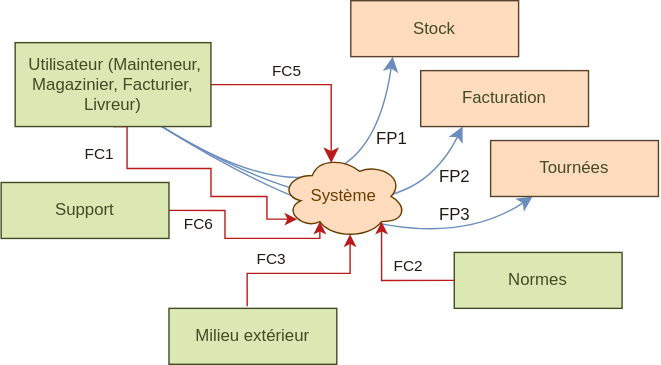
Above: I1S5/CDCF/images/Maintenance.svg in Xibitol/College (draw.io), before the change. Source tidied: cells renumbered, new cells last; positions are measured from the earlier drawing's top-left corner, leaving out a move shared by most shapes. The source it was exported from:
```xml
<mxGraphModel>
  <root>
    <mxCell id="0" />
    <mxCell id="1" parent="0" />
    <mxCell id="2" style="edgeStyle=orthogonalEdgeStyle;rounded=0;orthogonalLoop=1;jettySize=auto;html=1;exitX=1;exitY=0.5;exitDx=0;exitDy=0;entryX=0.31;entryY=0.8;entryDx=0;entryDy=0;entryPerimeter=0;fillColor=#f8cecc;strokeColor=#BA1A1A;" parent="1" edge="1">
      <mxGeometry relative="1" as="geometry">
        <mxPoint x="120" y="150" as="sourcePoint" />
        <mxPoint x="227.9" y="158" as="targetPoint" />
        <Array as="points">
          <mxPoint x="160" y="150" />
          <mxPoint x="160" y="170" />
          <mxPoint x="228" y="170" />
        </Array>
      </mxGeometry>
    </mxCell>
    <mxCell id="3" value="FC6" style="edgeLabel;html=1;align=center;verticalAlign=middle;fontColor=#211A14;labelBackgroundColor=none;" parent="2" vertex="1">
      <mxGeometry x="0.02" y="1" relative="1" as="geometry">
        <mxPoint x="-31" y="-9" as="offset" />
      </mxGeometry>
    </mxCell>
    <mxCell id="4" style="edgeStyle=orthogonalEdgeStyle;rounded=0;jettySize=auto;html=1;exitX=0.5;exitY=1;exitDx=0;exitDy=0;entryX=0.13;entryY=0.77;entryDx=0;entryDy=0;entryPerimeter=0;fillColor=#f8cecc;strokeColor=#BA1A1A;" parent="1" edge="1" source="14" target="17">
      <mxGeometry relative="1" as="geometry">
        <Array as="points">
          <mxPoint x="90" y="120" />
          <mxPoint x="150" y="120" />
          <mxPoint x="150" y="140" />
          <mxPoint x="190" y="140" />
          <mxPoint x="190" y="156" />
        </Array>
      </mxGeometry>
    </mxCell>
    <mxCell id="5" value="FC1" style="edgeLabel;html=1;align=center;verticalAlign=middle;fontColor=#211A14;labelBackgroundColor=none;" parent="4" vertex="1">
      <mxGeometry x="-0.31" y="2" relative="1" as="geometry">
        <mxPoint x="-49" y="-8" as="offset" />
      </mxGeometry>
    </mxCell>
    <mxCell id="6" value="Normes" style="rounded=0;whiteSpace=wrap;html=1;fillColor=#DCE8B4;strokeColor=#414B24;fontColor=#414B24;" parent="1" vertex="1">
      <mxGeometry x="324" y="180" width="120" height="40" as="geometry" />
    </mxCell>
    <mxCell id="7" style="edgeStyle=orthogonalEdgeStyle;rounded=0;orthogonalLoop=1;jettySize=auto;html=1;exitX=0.5;exitY=1;exitDx=0;exitDy=0;" parent="1" edge="1" source="6" target="6">
      <mxGeometry relative="1" as="geometry" />
    </mxCell>
    <mxCell id="8" style="edgeStyle=none;curved=1;rounded=0;jettySize=auto;html=1;exitX=0.75;exitY=1;exitDx=0;exitDy=0;entryX=0.25;entryY=1;entryDx=0;entryDy=0;fontSize=12;startSize=8;endSize=8;fillColor=#dae8fc;strokeColor=#6c8ebf;" parent="1" edge="1" source="14" target="24">
      <mxGeometry relative="1" as="geometry">
        <Array as="points">
          <mxPoint x="260" y="180" />
        </Array>
      </mxGeometry>
    </mxCell>
    <mxCell id="9" value="FP1" style="edgeLabel;html=1;align=center;verticalAlign=middle;fontSize=12;labelBackgroundColor=none;fontColor=#211A14;" parent="8" vertex="1">
      <mxGeometry x="0.67" y="6" relative="1" as="geometry">
        <mxPoint x="12" y="8" as="offset" />
      </mxGeometry>
    </mxCell>
    <mxCell id="10" style="edgeStyle=none;curved=1;rounded=0;jettySize=auto;html=1;exitX=0.75;exitY=1;exitDx=0;exitDy=0;entryX=0.25;entryY=1;entryDx=0;entryDy=0;fontSize=12;startSize=8;endSize=8;fillColor=#dae8fc;strokeColor=#6c8ebf;" parent="1" edge="1" source="14" target="25">
      <mxGeometry relative="1" as="geometry">
        <Array as="points">
          <mxPoint x="280" y="190" />
        </Array>
      </mxGeometry>
    </mxCell>
    <mxCell id="11" value="FP2" style="edgeLabel;html=1;align=center;verticalAlign=middle;fontSize=12;labelBackgroundColor=none;fontColor=#211A14;" parent="10" vertex="1">
      <mxGeometry x="0.79" y="1" relative="1" as="geometry">
        <mxPoint x="9" y="7" as="offset" />
      </mxGeometry>
    </mxCell>
    <mxCell id="12" style="edgeStyle=none;curved=1;rounded=0;jettySize=auto;html=1;exitX=0.75;exitY=1;exitDx=0;exitDy=0;entryX=0.25;entryY=1;entryDx=0;entryDy=0;fontSize=12;startSize=8;endSize=8;fillColor=#dae8fc;strokeColor=#6c8ebf;" parent="1" edge="1" source="14" target="26">
      <mxGeometry relative="1" as="geometry">
        <Array as="points">
          <mxPoint x="290" y="200" />
        </Array>
      </mxGeometry>
    </mxCell>
    <mxCell id="13" value="FP3" style="edgeLabel;html=1;align=center;verticalAlign=middle;fontSize=12;labelBackgroundColor=none;fontColor=#211A14;" parent="12" vertex="1">
      <mxGeometry x="0.64" y="10" relative="1" as="geometry">
        <mxPoint x="-4" y="-10" as="offset" />
      </mxGeometry>
    </mxCell>
    <mxCell id="14" value="&amp;nbsp;Utilisateur (Mainteneur, Magazinier, Facturier, Livreur)" style="rounded=0;whiteSpace=wrap;html=1;fillColor=#DCE8B4;strokeColor=#414B24;fontColor=#414B24;" parent="1" vertex="1">
      <mxGeometry x="10" y="30" width="140" height="60" as="geometry" />
    </mxCell>
    <mxCell id="15" value="&lt;div&gt;Support&lt;/div&gt;" style="rounded=0;whiteSpace=wrap;html=1;fillColor=#DCE8B4;strokeColor=#414B24;fontColor=#414B24;" parent="1" vertex="1">
      <mxGeometry y="130" width="120" height="40" as="geometry" />
    </mxCell>
    <mxCell id="16" value="Milieu extérieur" style="rounded=0;whiteSpace=wrap;html=1;fillColor=#DCE8B4;strokeColor=#414B24;fontColor=#414B24;" parent="1" vertex="1">
      <mxGeometry x="120" y="220" width="120" height="40" as="geometry" />
    </mxCell>
    <mxCell id="17" value="Système" style="ellipse;shape=cloud;whiteSpace=wrap;html=1;fillColor=#FFDCBE;strokeColor=#693C00;fontColor=#693C00;" parent="1" vertex="1">
      <mxGeometry x="200" y="110" width="90" height="60" as="geometry" />
    </mxCell>
    <mxCell id="18" style="edgeStyle=orthogonalEdgeStyle;rounded=0;jettySize=auto;html=1;exitX=0.466;exitY=-0.038;exitDx=0;exitDy=0;entryX=0.55;entryY=0.95;entryDx=0;entryDy=0;entryPerimeter=0;fillColor=#f8cecc;strokeColor=#BA1A1A;exitPerimeter=0;" parent="1" edge="1" source="16" target="17">
      <mxGeometry relative="1" as="geometry" />
    </mxCell>
    <mxCell id="19" value="FC3" style="edgeLabel;html=1;align=center;verticalAlign=middle;fontColor=#211A14;labelBackgroundColor=none;" parent="18" vertex="1">
      <mxGeometry x="-0.26" relative="1" as="geometry">
        <mxPoint x="-6" y="-10" as="offset" />
      </mxGeometry>
    </mxCell>
    <mxCell id="20" style="edgeStyle=orthogonalEdgeStyle;rounded=0;jettySize=auto;html=1;exitX=0;exitY=0.5;exitDx=0;exitDy=0;entryX=0.8;entryY=0.8;entryDx=0;entryDy=0;entryPerimeter=0;fillColor=#f8cecc;strokeColor=#BA1A1A;" parent="1" edge="1" source="6" target="17">
      <mxGeometry relative="1" as="geometry" />
    </mxCell>
    <mxCell id="21" value="FC2" style="edgeLabel;html=1;align=center;verticalAlign=middle;fontColor=#211A14;labelBackgroundColor=none;" parent="20" vertex="1">
      <mxGeometry x="-0.26" y="-1" relative="1" as="geometry">
        <mxPoint x="1" y="-9" as="offset" />
      </mxGeometry>
    </mxCell>
    <mxCell id="22" style="endArrow=classic;html=1;rounded=0;fontSize=12;startSize=8;endSize=8;curved=0;exitX=1;exitY=0.5;exitDx=0;exitDy=0;entryX=0.4;entryY=0.1;entryDx=0;entryDy=0;entryPerimeter=0;strokeColor=#BA1A1A;" parent="1" edge="1" source="14" target="17">
      <mxGeometry relative="1" as="geometry">
        <Array as="points">
          <mxPoint x="236" y="60" />
        </Array>
      </mxGeometry>
    </mxCell>
    <mxCell id="23" value="FC5" style="edgeLabel;html=1;align=center;verticalAlign=middle;fontSize=11;fontColor=#211A14;" parent="22" vertex="1">
      <mxGeometry x="-0.35" y="1" relative="1" as="geometry">
        <mxPoint x="7" y="-9" as="offset" />
      </mxGeometry>
    </mxCell>
    <mxCell id="24" value="Stock" style="rounded=0;whiteSpace=wrap;html=1;fillColor=#FFDCBE;strokeColor=#59422C;fontColor=#414B24;" parent="1" vertex="1">
      <mxGeometry x="250" width="120" height="40" as="geometry" />
    </mxCell>
    <mxCell id="25" value="Facturation" style="rounded=0;whiteSpace=wrap;html=1;fillColor=#FFDCBE;strokeColor=#59422C;fontColor=#414B24;" parent="1" vertex="1">
      <mxGeometry x="300" y="50" width="120" height="40" as="geometry" />
    </mxCell>
    <mxCell id="26" value="Tournées" style="rounded=0;whiteSpace=wrap;html=1;fillColor=#FFDCBE;strokeColor=#59422C;fontColor=#414B24;" parent="1" vertex="1">
      <mxGeometry x="350" y="100" width="120" height="40" as="geometry" />
    </mxCell>
  </root>
</mxGraphModel>
```
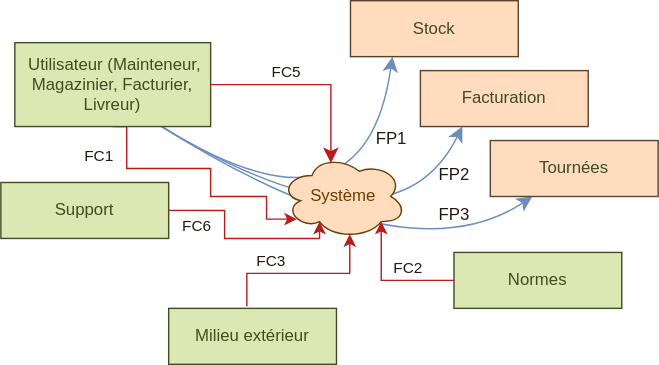
Above is the later version.

The edit, as a diff of the source:
```diff
@@ -76,7 +76,7 @@
         <mxPoint x="-4" y="-10" as="offset" />
       </mxGeometry>
     </mxCell>
-    <mxCell id="14" value="&amp;nbsp;Utilisateur (Mainteneur, Magazinier, Facturier, Livreur)" style="rounded=0;whiteSpace=wrap;html=1;fillColor=#DCE8B4;strokeColor=#414B24;fontColor=#414B24;" parent="1" vertex="1">
+    <mxCell id="14" value="&amp;nbsp;Utilisateur (Mainteneur,&lt;br&gt;Magazinier, Facturier,&lt;br&gt;Livreur)" style="rounded=0;whiteSpace=wrap;html=1;fillColor=#DCE8B4;strokeColor=#414B24;fontColor=#414B24;" parent="1" vertex="1">
       <mxGeometry x="10" y="30" width="140" height="60" as="geometry" />
     </mxCell>
     <mxCell id="15" value="&lt;div&gt;Support&lt;/div&gt;" style="rounded=0;whiteSpace=wrap;html=1;fillColor=#DCE8B4;strokeColor=#414B24;fontColor=#414B24;" parent="1" vertex="1">
```
